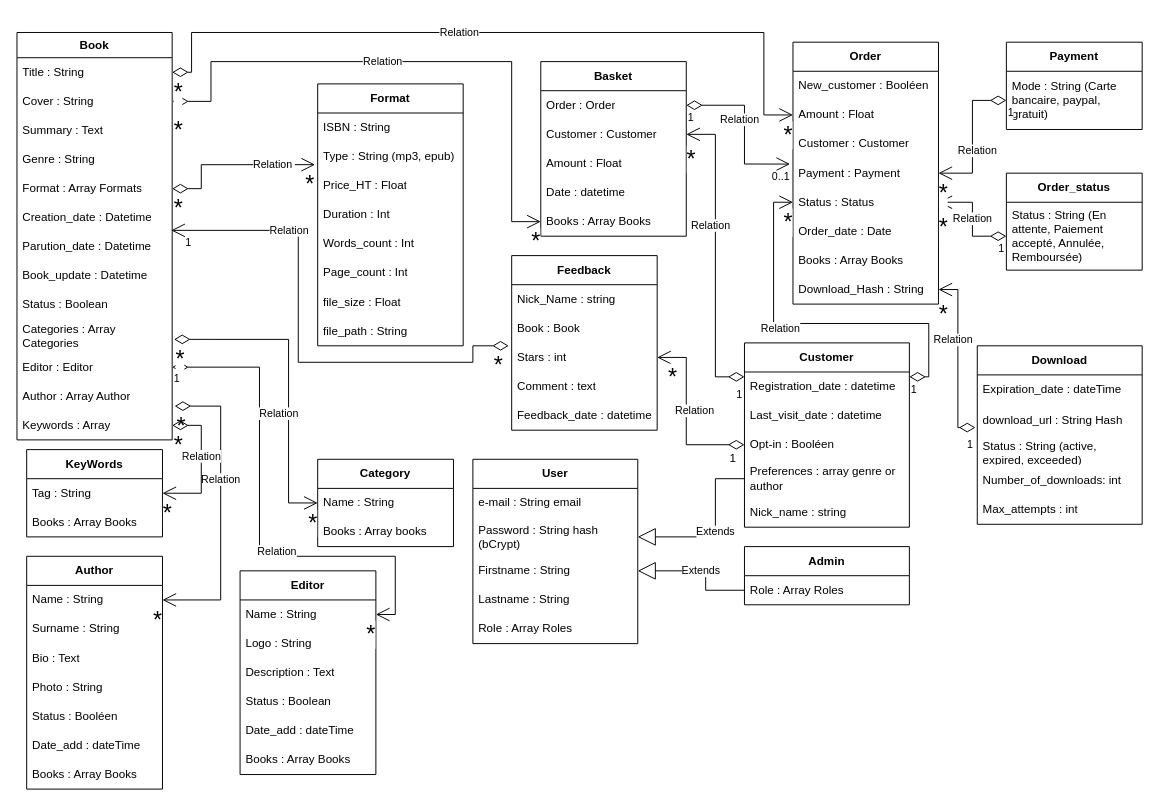
This is page "Classes" (1 of 2) of classes_neobook.drawio from cbeauquel/Neobook, a draw.io file, before an edit. Source tidied: cells renumbered, new cells numbered last; positions are measured from the earlier drawing's top-left corner, leaving out a move shared by most shapes. Both pictures are drawn from the tidied source at 97%, with x=0, y=0 at pixel (16, 32).
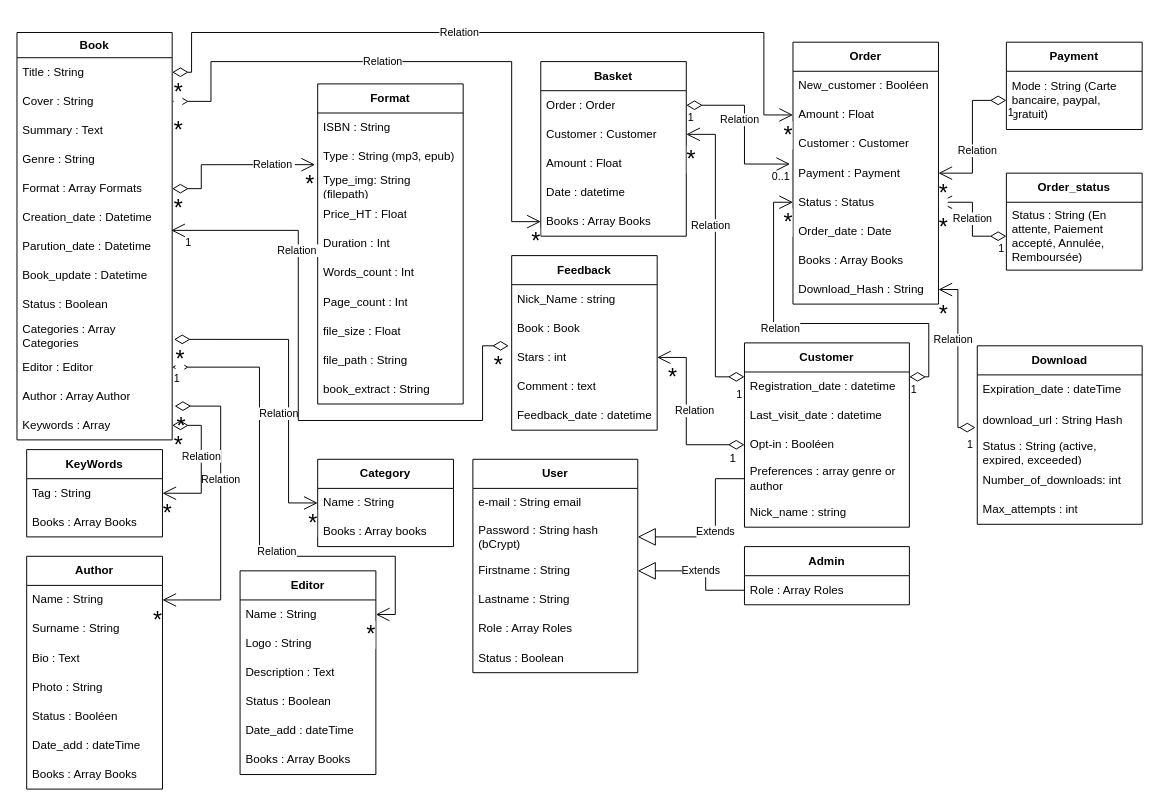
The same page after the edit.

Commit message:
Mettre à jour classes_neobook.drawio

The change refers to these unchanged cells:
```xml
<mxCell id="61" value="Parution_date : Datetime" style="text;strokeColor=none;fillColor=none;align=left;verticalAlign=middle;spacingLeft=4;spacingRight=4;overflow=hidden;points=[[0,0.5],[1,0.5]];portConstraint=eastwest;whiteSpace=wrap;html=1;" parent="54" vertex="1">
  <mxGeometry y="206" width="160" height="30" as="geometry" />
</mxCell>
<mxCell id="129" value="Stars : int" style="text;strokeColor=none;fillColor=none;align=left;verticalAlign=middle;spacingLeft=4;spacingRight=4;overflow=hidden;points=[[0,0.5],[1,0.5]];portConstraint=eastwest;whiteSpace=wrap;html=1;" parent="126" vertex="1">
  <mxGeometry y="90" width="150" height="30" as="geometry" />
</mxCell>
```

The edit, as a diff of the source:
```diff
@@
     <mxCell id="17" value="&lt;b&gt;Format&lt;/b&gt;" style="swimlane;fontStyle=0;horizontal=1;startSize=30;whiteSpace=wrap;html=1;" parent="1" vertex="1">
-      <mxGeometry x="310" y="53" width="150" height="270" as="geometry" />
+      <mxGeometry x="310" y="53" width="150" height="330" as="geometry" />
     </mxCell>
@@
+    <mxCell id="138" value="Type_img: String (filepath)" style="text;strokeColor=none;fillColor=none;align=left;verticalAlign=middle;spacingLeft=4;spacingRight=4;overflow=hidden;whiteSpace=wrap;html=1;fontColor=#000000;" parent="17" vertex="1">
+      <mxGeometry y="90" width="150" height="30" as="geometry" />
+    </mxCell>
     <mxCell id="20" value="Price_HT : Float" style="text;strokeColor=none;fillColor=none;align=left;verticalAlign=middle;spacingLeft=4;spacingRight=4;overflow=hidden;whiteSpace=wrap;html=1;" parent="17" vertex="1">
-      <mxGeometry y="90" width="150" height="30" as="geometry" />
+      <mxGeometry y="120" width="150" height="30" as="geometry" />
     </mxCell>
     <mxCell id="21" value="Duration : Int" style="text;strokeColor=none;fillColor=none;align=left;verticalAlign=middle;spacingLeft=4;spacingRight=4;overflow=hidden;whiteSpace=wrap;html=1;" parent="17" vertex="1">
-      <mxGeometry y="120" width="150" height="30" as="geometry" />
+      <mxGeometry y="150" width="150" height="30" as="geometry" />
     </mxCell>
     <mxCell id="22" value="Words_count : Int" style="text;strokeColor=none;fillColor=none;align=left;verticalAlign=middle;spacingLeft=4;spacingRight=4;overflow=hidden;whiteSpace=wrap;html=1;" parent="17" vertex="1">
-      <mxGeometry y="150" width="150" height="30" as="geometry" />
+      <mxGeometry y="180" width="150" height="30" as="geometry" />
     </mxCell>
     <mxCell id="23" value="Page_count&lt;span style=&quot;background-color: transparent; color: light-dark(rgb(0, 0, 0), rgb(255, 255, 255));&quot;&gt;&amp;nbsp;: Int&lt;/span&gt;" style="text;strokeColor=none;fillColor=none;align=left;verticalAlign=middle;spacingLeft=4;spacingRight=4;overflow=hidden;whiteSpace=wrap;html=1;" parent="17" vertex="1">
-      <mxGeometry y="180" width="150" height="30" as="geometry" />
+      <mxGeometry y="210" width="150" height="30" as="geometry" />
     </mxCell>
     <mxCell id="24" value="file_size : Float" style="text;strokeColor=none;fillColor=none;align=left;verticalAlign=middle;spacingLeft=4;spacingRight=4;overflow=hidden;whiteSpace=wrap;html=1;" parent="17" vertex="1">
-      <mxGeometry y="210" width="150" height="30" as="geometry" />
+      <mxGeometry y="240" width="150" height="30" as="geometry" />
     </mxCell>
     <mxCell id="25" value="file_path : String" style="text;strokeColor=none;fillColor=none;align=left;verticalAlign=middle;spacingLeft=4;spacingRight=4;overflow=hidden;whiteSpace=wrap;html=1;" parent="17" vertex="1">
-      <mxGeometry y="240" width="150" height="30" as="geometry" />
+      <mxGeometry y="270" width="150" height="30" as="geometry" />
     </mxCell>
+    <mxCell id="139" value="book_extract : String" style="text;strokeColor=none;fillColor=none;align=left;verticalAlign=middle;spacingLeft=4;spacingRight=4;overflow=hidden;whiteSpace=wrap;html=1;fontColor=#000000;" parent="17" vertex="1">
+      <mxGeometry y="300" width="150" height="30" as="geometry" />
+    </mxCell>
@@
     <mxCell id="104" value="&lt;b&gt;User&lt;/b&gt;" style="swimlane;fontStyle=0;horizontal=1;startSize=30;whiteSpace=wrap;html=1;" parent="1" vertex="1">
-      <mxGeometry x="470" y="440" width="170" height="190" as="geometry" />
+      <mxGeometry x="470" y="440" width="170" height="220" as="geometry" />
     </mxCell>
@@
+    <mxCell id="140" value="Status : Boolean" style="text;strokeColor=none;fillColor=none;align=left;verticalAlign=middle;spacingLeft=4;spacingRight=4;overflow=hidden;whiteSpace=wrap;html=1;fontColor=#000000;" parent="104" vertex="1">
+      <mxGeometry y="190" width="170" height="30" as="geometry" />
+    </mxCell>
@@
     <mxCell id="132" value="Relation&amp;nbsp;" style="endArrow=open;html=1;endSize=12;startArrow=diamondThin;startSize=14;startFill=0;edgeStyle=orthogonalEdgeStyle;rounded=0;exitX=-0.02;exitY=0.1;exitDx=0;exitDy=0;entryX=0.994;entryY=-0.067;entryDx=0;entryDy=0;entryPerimeter=0;exitPerimeter=0;" parent="1" edge="1" source="129" target="61">
       <mxGeometry x="0.51" relative="1" as="geometry">
         <Array as="points">
-          <mxPoint x="470" y="323" />
-          <mxPoint x="470" y="340" />
-          <mxPoint x="290" y="340" />
+          <mxPoint x="480" y="323" />
+          <mxPoint x="480" y="400" />
+          <mxPoint x="290" y="400" />
           <mxPoint x="290" y="204" />
         </Array>
       </mxGeometry>
     </mxCell>
```
